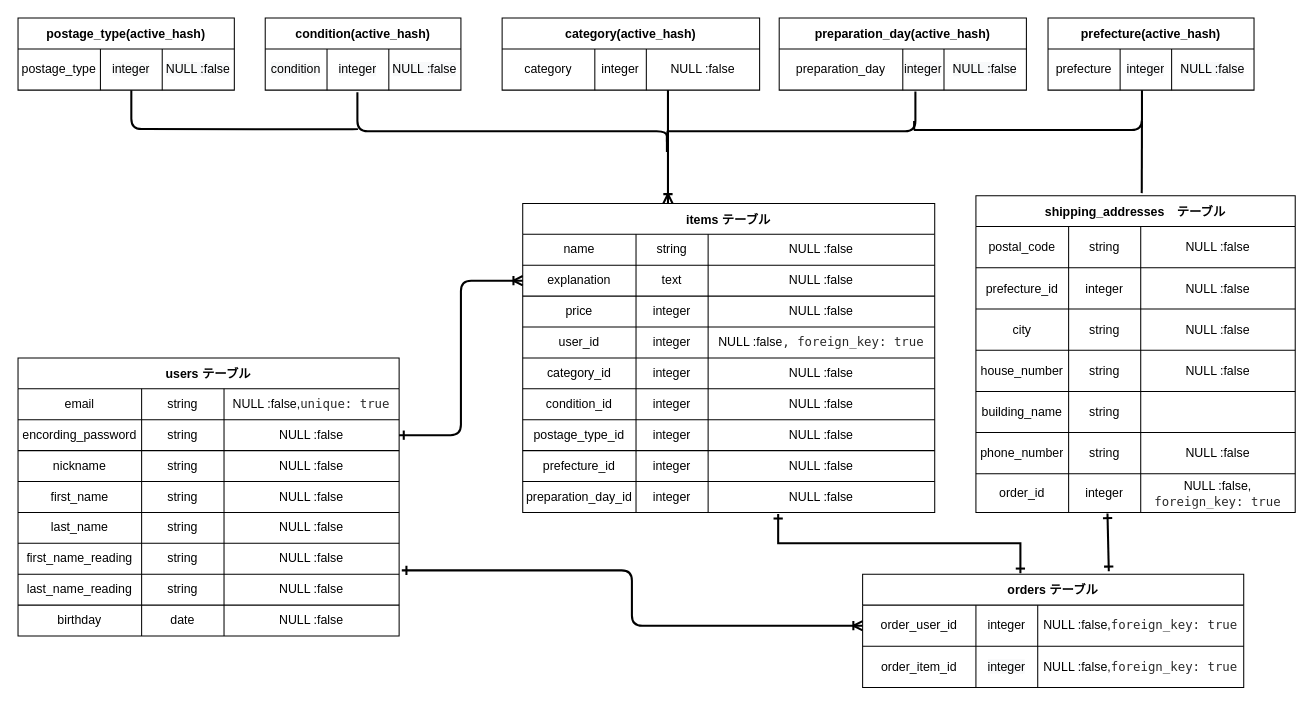
Above: furima.dio in kennji0603/furima-38055 (draw.io), before the change. Source tidied: cells renumbered, new cells numbered last; positions are measured from the earlier drawing's top-left corner, leaving out a move shared by most shapes. Both pictures are drawn from the tidied source at 103%, with x=0, y=0 at pixel (18, 18).
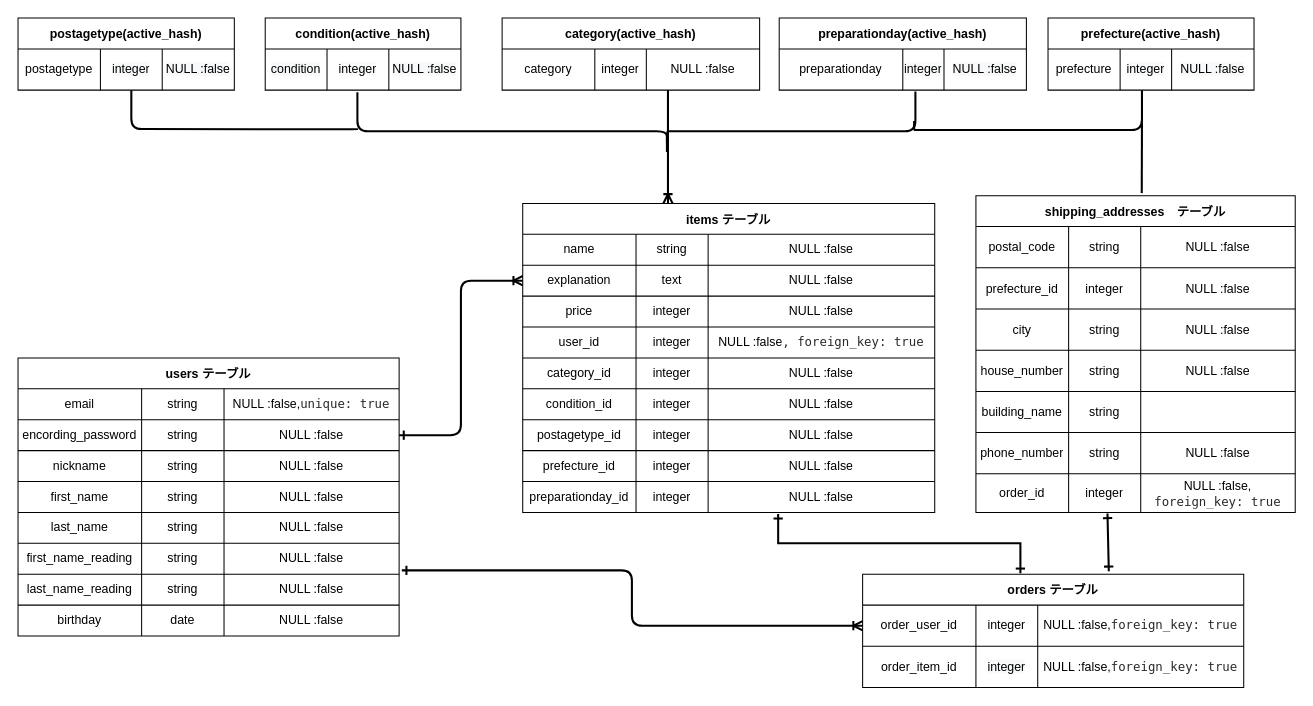
After the change.

Unchanged cells that the change refers to:
```xml
<mxCell id="60" style="shape=partialRectangle;html=1;whiteSpace=wrap;fillColor=none;top=0;left=0;bottom=0;right=0;" parent="35" vertex="1">
  <mxGeometry y="210" width="400" height="30" as="geometry" />
</mxCell>
<mxCell id="68" style="shape=partialRectangle;html=1;whiteSpace=wrap;fillColor=none;top=0;left=0;bottom=0;right=0;points=[[0,0.5],[1,0.5]];portConstraint=eastwest;" parent="35" vertex="1">
  <mxGeometry y="270" width="400" height="30" as="geometry" />
</mxCell>
<mxCell id="125" style="shape=partialRectangle;html=1;whiteSpace=wrap;fillColor=none;top=0;left=0;bottom=0;right=0;fontFamily=Helvetica;fontSize=12;fontColor=default;" parent="124" vertex="1">
  <mxGeometry y="30" width="210" height="40" as="geometry" />
</mxCell>
<mxCell id="135" style="shape=partialRectangle;html=1;whiteSpace=wrap;fillColor=none;top=0;left=0;bottom=0;right=0;points=[[0,0.5],[1,0.5]];portConstraint=eastwest;fontFamily=Helvetica;fontSize=12;fontColor=default;" parent="134" vertex="1">
  <mxGeometry y="30" width="240" height="40" as="geometry" />
</mxCell>
```

The edit, as a diff of the source:
```diff
@@
-    <mxCell id="61" value="&lt;span style=&quot;font-family: &amp;#34;helvetica&amp;#34;&quot;&gt;postage_type_id&lt;/span&gt;" style="shape=partialRectangle;html=1;whiteSpace=wrap;fillColor=none;top=0;left=0;bottom=0;right=0;overflow=hidden;" parent="60" vertex="1">
+    <mxCell id="61" value="&lt;span style=&quot;font-family: &amp;#34;helvetica&amp;#34;&quot;&gt;postagetype_id&lt;/span&gt;" style="shape=partialRectangle;html=1;whiteSpace=wrap;fillColor=none;top=0;left=0;bottom=0;right=0;overflow=hidden;" parent="60" vertex="1">
       <mxGeometry width="110" height="30" as="geometry" />
     </mxCell>
@@
-    <mxCell id="69" value="preparation_day_id" style="shape=partialRectangle;html=1;whiteSpace=wrap;fillColor=none;top=0;left=0;bottom=0;right=0;overflow=hidden;" parent="68" vertex="1">
+    <mxCell id="69" value="preparationday_id" style="shape=partialRectangle;html=1;whiteSpace=wrap;fillColor=none;top=0;left=0;bottom=0;right=0;overflow=hidden;" parent="68" vertex="1">
       <mxGeometry width="110" height="30" as="geometry" />
     </mxCell>
@@
-    <mxCell id="124" value="postage_type(active_hash)" style="shape=table;startSize=30;childLayout=tableLayout;fontStyle=1;align=center;fontFamily=Helvetica;fontSize=12;fontColor=default;fillColor=none;" parent="1" vertex="1">
+    <mxCell id="124" value="postagetype(active_hash)" style="shape=table;startSize=30;childLayout=tableLayout;fontStyle=1;align=center;fontFamily=Helvetica;fontSize=12;fontColor=default;fillColor=none;" parent="1" vertex="1">
       <mxGeometry width="210" height="70" as="geometry" />
     </mxCell>
@@
-    <mxCell id="126" value="&lt;font face=&quot;helvetica&quot;&gt;postage_type&lt;/font&gt;" style="shape=partialRectangle;html=1;whiteSpace=wrap;fillColor=none;top=0;left=0;bottom=0;right=0;overflow=hidden;fontFamily=Helvetica;fontSize=12;fontColor=default;" parent="125" vertex="1">
+    <mxCell id="126" value="&lt;font face=&quot;helvetica&quot;&gt;postagetype&lt;/font&gt;" style="shape=partialRectangle;html=1;whiteSpace=wrap;fillColor=none;top=0;left=0;bottom=0;right=0;overflow=hidden;fontFamily=Helvetica;fontSize=12;fontColor=default;" parent="125" vertex="1">
       <mxGeometry width="80" height="40" as="geometry" />
     </mxCell>
@@
-    <mxCell id="134" value="preparation_day(active_hash)" style="shape=table;startSize=30;childLayout=tableLayout;fontStyle=1;align=center;fontFamily=Helvetica;fontSize=12;fontColor=default;fillColor=none;" parent="1" vertex="1">
+    <mxCell id="134" value="preparationday(active_hash)" style="shape=table;startSize=30;childLayout=tableLayout;fontStyle=1;align=center;fontFamily=Helvetica;fontSize=12;fontColor=default;fillColor=none;" parent="1" vertex="1">
       <mxGeometry x="739" width="240" height="70" as="geometry" />
     </mxCell>
@@
-    <mxCell id="136" value="preparation_day" style="shape=partialRectangle;html=1;whiteSpace=wrap;fillColor=none;top=0;left=0;bottom=0;right=0;overflow=hidden;fontFamily=Helvetica;fontSize=12;fontColor=default;" parent="135" vertex="1">
+    <mxCell id="136" value="preparationday" style="shape=partialRectangle;html=1;whiteSpace=wrap;fillColor=none;top=0;left=0;bottom=0;right=0;overflow=hidden;fontFamily=Helvetica;fontSize=12;fontColor=default;" parent="135" vertex="1">
       <mxGeometry width="120" height="40" as="geometry" />
     </mxCell>
```
